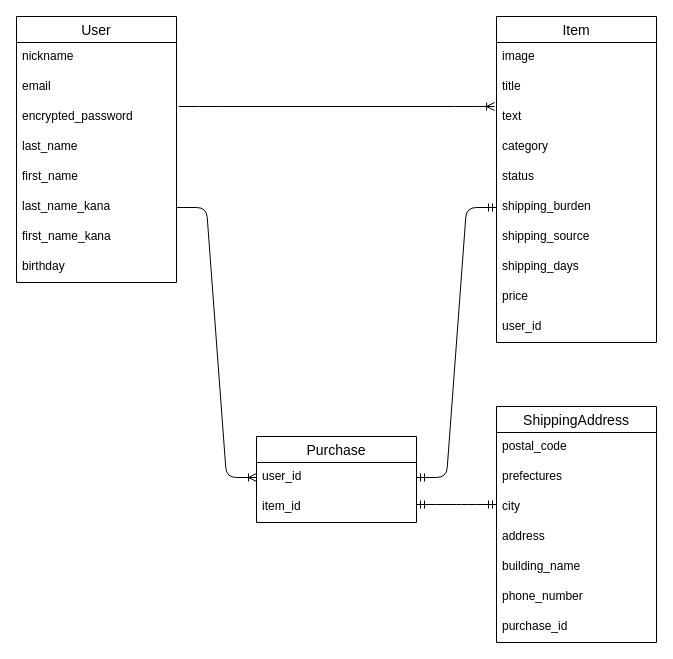
Earlier version of the draw.io diagram furima.dio (jun2035/furima-31732). Source tidied: cells renumbered, new cells numbered last; positions are measured from the earlier drawing's top-left corner, leaving out a move shared by most shapes. Both pictures are drawn from the tidied source at 100%, with x=0, y=0 at pixel (16, 16).
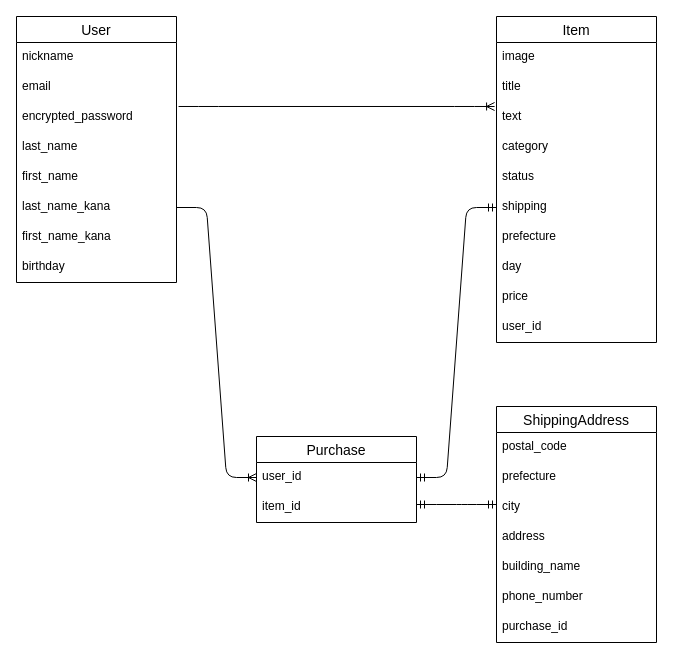
Above is the later version.

The change refers to these unchanged cells:
```xml
<mxCell id="5" value="Item" style="swimlane;fontStyle=0;horizontal=1;startSize=26;align=center;fontSize=14;" parent="1" vertex="1">
  <mxGeometry x="480" width="160" height="326" as="geometry" />
</mxCell>
<mxCell id="25" value="ShippingAddress" style="swimlane;fontStyle=0;horizontal=1;startSize=26;align=center;fontSize=14;" parent="1" vertex="1">
  <mxGeometry x="480" y="390" width="160" height="236" as="geometry" />
</mxCell>
```

What changed in the source:
```diff
@@
-    <mxCell id="11" value="shipping_burden" style="text;strokeColor=none;fillColor=none;spacingLeft=4;spacingRight=4;overflow=hidden;points=[[0,0.5],[1,0.5]];portConstraint=eastwest;fontSize=12;" parent="5" vertex="1">
+    <mxCell id="11" value="shipping" style="text;strokeColor=none;fillColor=none;spacingLeft=4;spacingRight=4;overflow=hidden;points=[[0,0.5],[1,0.5]];portConstraint=eastwest;fontSize=12;" parent="5" vertex="1">
       <mxGeometry y="176" width="160" height="30" as="geometry" />
     </mxCell>
-    <mxCell id="12" value="shipping_source" style="text;strokeColor=none;fillColor=none;spacingLeft=4;spacingRight=4;overflow=hidden;fontSize=12;" parent="5" vertex="1">
+    <mxCell id="12" value="prefecture" style="text;strokeColor=none;fillColor=none;spacingLeft=4;spacingRight=4;overflow=hidden;fontSize=12;" parent="5" vertex="1">
       <mxGeometry y="206" width="160" height="30" as="geometry" />
     </mxCell>
-    <mxCell id="13" value="shipping_days" style="text;strokeColor=none;fillColor=none;spacingLeft=4;spacingRight=4;overflow=hidden;fontSize=12;" parent="5" vertex="1">
+    <mxCell id="13" value="day" style="text;strokeColor=none;fillColor=none;spacingLeft=4;spacingRight=4;overflow=hidden;fontSize=12;" parent="5" vertex="1">
       <mxGeometry y="236" width="160" height="30" as="geometry" />
     </mxCell>
@@
-    <mxCell id="27" value="prefectures" style="text;strokeColor=none;fillColor=none;spacingLeft=4;spacingRight=4;overflow=hidden;fontSize=12;" parent="25" vertex="1">
+    <mxCell id="27" value="prefecture" style="text;strokeColor=none;fillColor=none;spacingLeft=4;spacingRight=4;overflow=hidden;fontSize=12;" parent="25" vertex="1">
       <mxGeometry y="56" width="160" height="30" as="geometry" />
     </mxCell>
```
